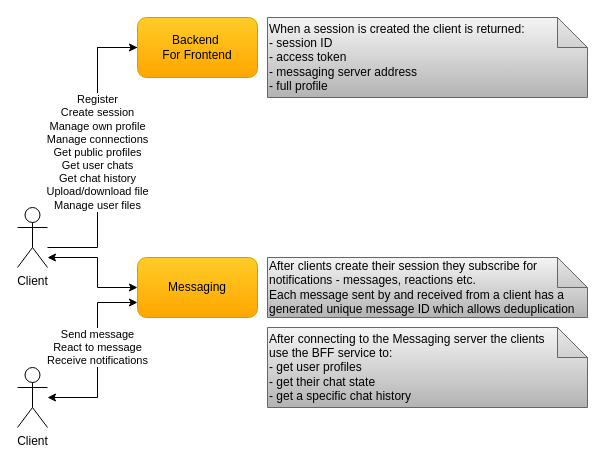
Before: docs/diagrams/cecochat-clients.drawio in cvetomir-todorov/CecoChat, a draw.io diagram. Source tidied: cells renumbered, new cells numbered last; positions are measured from the earlier drawing's top-left corner, leaving out a move shared by most shapes. Both pictures are drawn from the tidied source at 100%, with x=0, y=0 at pixel (17, 17).
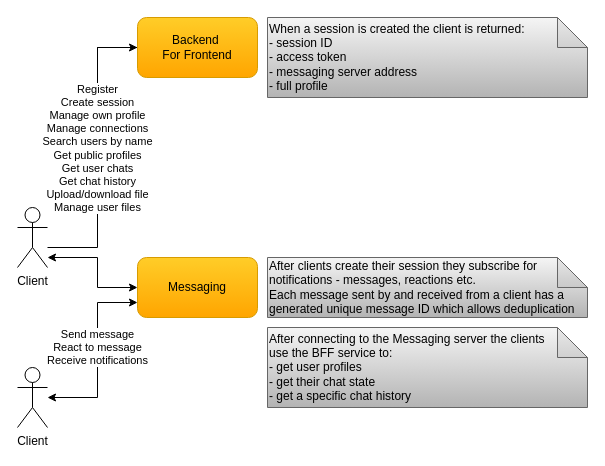
The same page after the edit.

Commit message (it also covers changes not shown here):
Update diagrams with support for searching users by name

Diff of the diagram source:
```diff
@@
 <mxGraphModel>
   <root>
     <mxCell id="0" />
     <mxCell id="1" parent="0" />
     <mxCell id="2" value="When a session is created the client is returned:&lt;br&gt;- session ID&lt;br&gt;- access token&lt;br&gt;- messaging server address&lt;br&gt;- full profile" style="shape=note;whiteSpace=wrap;html=1;backgroundOutline=1;darkOpacity=0.05;align=left;gradientColor=#b3b3b3;fillColor=#f5f5f5;strokeColor=#666666;" parent="1" vertex="1">
       <mxGeometry x="250" width="320" height="80" as="geometry" />
     </mxCell>
     <mxCell id="3" value="After clients create their session they&amp;nbsp;subscribe for notifications - messages, reactions etc.&lt;br&gt;Each message sent by and received from a client has a generated unique message ID which allows deduplication" style="shape=note;whiteSpace=wrap;html=1;backgroundOutline=1;darkOpacity=0.05;align=left;gradientColor=#b3b3b3;fillColor=#f5f5f5;strokeColor=#666666;" parent="1" vertex="1">
       <mxGeometry x="250" y="240" width="320" height="60" as="geometry" />
     </mxCell>
     <mxCell id="4" style="edgeStyle=orthogonalEdgeStyle;rounded=0;jettySize=auto;html=1;entryX=0;entryY=0.5;entryDx=0;entryDy=0;startArrow=classic;startFill=1;" parent="1" edge="1" source="6" target="9">
       <mxGeometry relative="1" as="geometry">
         <Array as="points">
           <mxPoint x="80" y="240" />
           <mxPoint x="80" y="270" />
         </Array>
       </mxGeometry>
     </mxCell>
     <mxCell id="5" style="edgeStyle=orthogonalEdgeStyle;rounded=0;jettySize=auto;html=1;entryX=0;entryY=0.5;entryDx=0;entryDy=0;" parent="1" edge="1" source="12">
       <mxGeometry relative="1" as="geometry">
         <mxPoint x="170" y="30" as="targetPoint" />
         <Array as="points">
           <mxPoint x="80" y="30" />
         </Array>
       </mxGeometry>
     </mxCell>
     <mxCell id="6" value="Client" style="shape=umlActor;verticalLabelPosition=bottom;verticalAlign=top;html=1;outlineConnect=0;" parent="1" vertex="1">
       <mxGeometry y="190" width="30" height="60" as="geometry" />
     </mxCell>
     <mxCell id="7" value="Send message&lt;br&gt;React to message&lt;br&gt;Receive notifications" style="edgeStyle=orthogonalEdgeStyle;rounded=0;jettySize=auto;html=1;entryX=0;entryY=0.75;entryDx=0;entryDy=0;startArrow=classic;startFill=1;" parent="1" edge="1" source="8" target="9">
       <mxGeometry x="0.08" relative="1" as="geometry">
         <Array as="points">
           <mxPoint x="80" y="380" />
           <mxPoint x="80" y="285" />
         </Array>
       </mxGeometry>
     </mxCell>
     <mxCell id="8" value="Client" style="shape=umlActor;verticalLabelPosition=bottom;verticalAlign=top;html=1;outlineConnect=0;" parent="1" vertex="1">
       <mxGeometry y="350" width="30" height="60" as="geometry" />
     </mxCell>
     <mxCell id="9" value="&lt;font style=&quot;font-size: 12px&quot;&gt;Messaging&lt;/font&gt;" style="rounded=1;whiteSpace=wrap;html=1;gradientColor=#ffa500;fillColor=#ffcd28;strokeColor=#d79b00;" parent="1" vertex="1">
       <mxGeometry x="120" y="240" width="120" height="60" as="geometry" />
     </mxCell>
     <mxCell id="10" value="After connecting to the Messaging server the clients&lt;br&gt;use the BFF service to:&lt;br&gt;- get user profiles&lt;br&gt;- get their chat state&lt;br&gt;- get a specific chat history" style="shape=note;whiteSpace=wrap;html=1;backgroundOutline=1;darkOpacity=0.05;align=left;gradientColor=#b3b3b3;fillColor=#f5f5f5;strokeColor=#666666;" parent="1" vertex="1">
       <mxGeometry x="250" y="310" width="320" height="80" as="geometry" />
     </mxCell>
-    <mxCell id="11" value="Register&lt;br style=&quot;border-color: var(--border-color);&quot;&gt;Create session&lt;br style=&quot;border-color: var(--border-color);&quot;&gt;Manage own&amp;nbsp;profile&lt;br style=&quot;border-color: var(--border-color);&quot;&gt;Manage connections&lt;br style=&quot;border-color: var(--border-color);&quot;&gt;Get public profiles&lt;br style=&quot;border-color: var(--border-color);&quot;&gt;Get user chats&lt;br style=&quot;border-color: var(--border-color);&quot;&gt;Get chat history&lt;br style=&quot;border-color: var(--border-color);&quot;&gt;Upload/download file&lt;br style=&quot;border-color: var(--border-color);&quot;&gt;Manage user files" style="edgeStyle=orthogonalEdgeStyle;rounded=0;jettySize=auto;html=1;entryX=0;entryY=0.5;entryDx=0;entryDy=0;" parent="1" edge="1" source="6" target="12">
-      <mxGeometry relative="1" as="geometry">
+    <mxCell id="11" value="Register&lt;br style=&quot;border-color: var(--border-color);&quot;&gt;Create session&lt;br style=&quot;border-color: var(--border-color);&quot;&gt;Manage own&amp;nbsp;profile&lt;br style=&quot;border-color: var(--border-color);&quot;&gt;Manage connections&lt;br&gt;Search users by name&lt;br style=&quot;border-color: var(--border-color);&quot;&gt;Get public profiles&lt;br style=&quot;border-color: var(--border-color);&quot;&gt;Get user chats&lt;br style=&quot;border-color: var(--border-color);&quot;&gt;Get chat history&lt;br style=&quot;border-color: var(--border-color);&quot;&gt;Upload/download file&lt;br style=&quot;border-color: var(--border-color);&quot;&gt;Manage user files" style="edgeStyle=orthogonalEdgeStyle;rounded=0;jettySize=auto;html=1;entryX=0;entryY=0.5;entryDx=0;entryDy=0;" parent="1" edge="1" source="6" target="12">
+      <mxGeometry x="0.03" relative="1" as="geometry">
         <Array as="points">
           <mxPoint x="80" y="230" />
         </Array>
       </mxGeometry>
     </mxCell>
     <mxCell id="12" value="&lt;font style=&quot;font-size: 12px&quot;&gt;Backend&amp;nbsp;&lt;br&gt;For Frontend&lt;/font&gt;" style="rounded=1;whiteSpace=wrap;html=1;gradientColor=#ffa500;fillColor=#ffcd28;strokeColor=#d79b00;" parent="1" vertex="1">
       <mxGeometry x="120" width="120" height="60" as="geometry" />
     </mxCell>
   </root>
 </mxGraphModel>
```
